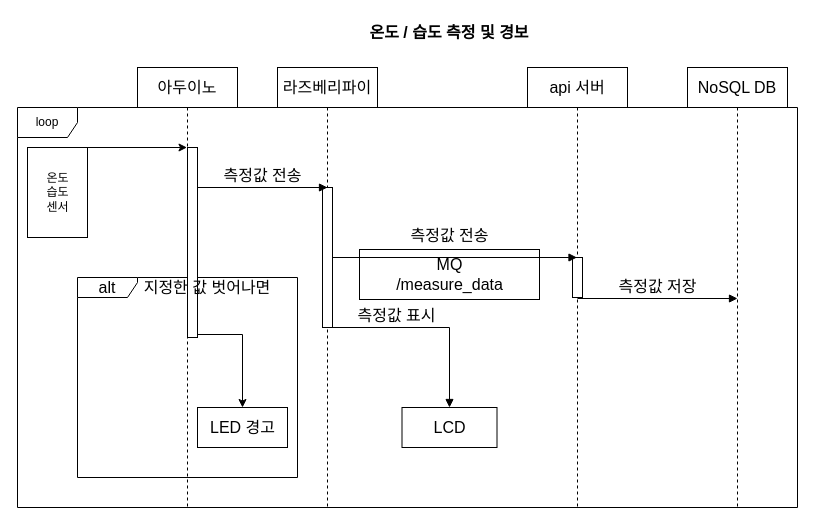
The draw.io diagram page "온도/습도 측정 및 경보" (2 of 12) of doc/UML.drawio in veryneuron/study_mate_project, before the edit. Source tidied: cells renumbered, new cells numbered last; positions are measured from the earlier drawing's top-left corner, leaving out a move shared by most shapes. Both pictures are drawn from the tidied source at 100%, with x=0, y=0 at pixel (17, 17).
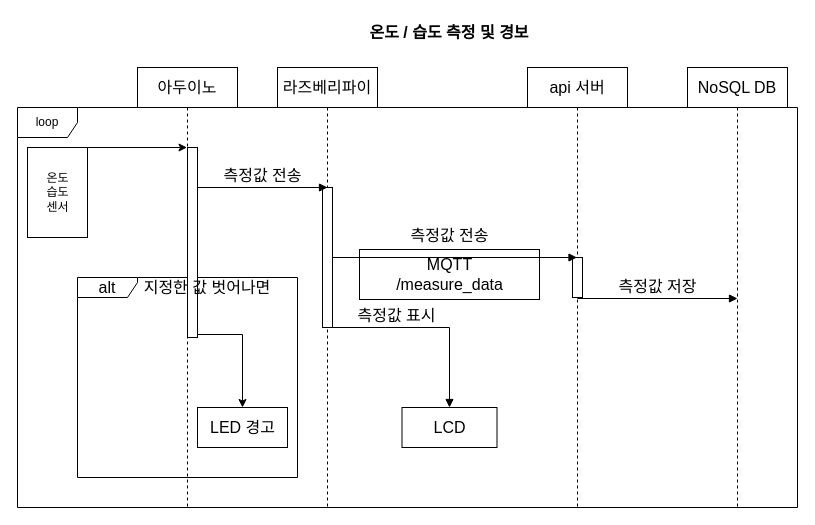
The same diagram, later.

Change to the diagram source:
```diff
@@
-    <mxCell id="3" value="MQ&lt;br&gt;/measure_data" style="html=1;fontSize=16;" parent="1" vertex="1">
+    <mxCell id="3" value="MQTT&lt;br&gt;/measure_data" style="html=1;fontSize=16;" parent="1" vertex="1">
       <mxGeometry x="342" y="232" width="180" height="50" as="geometry" />
     </mxCell>
```
